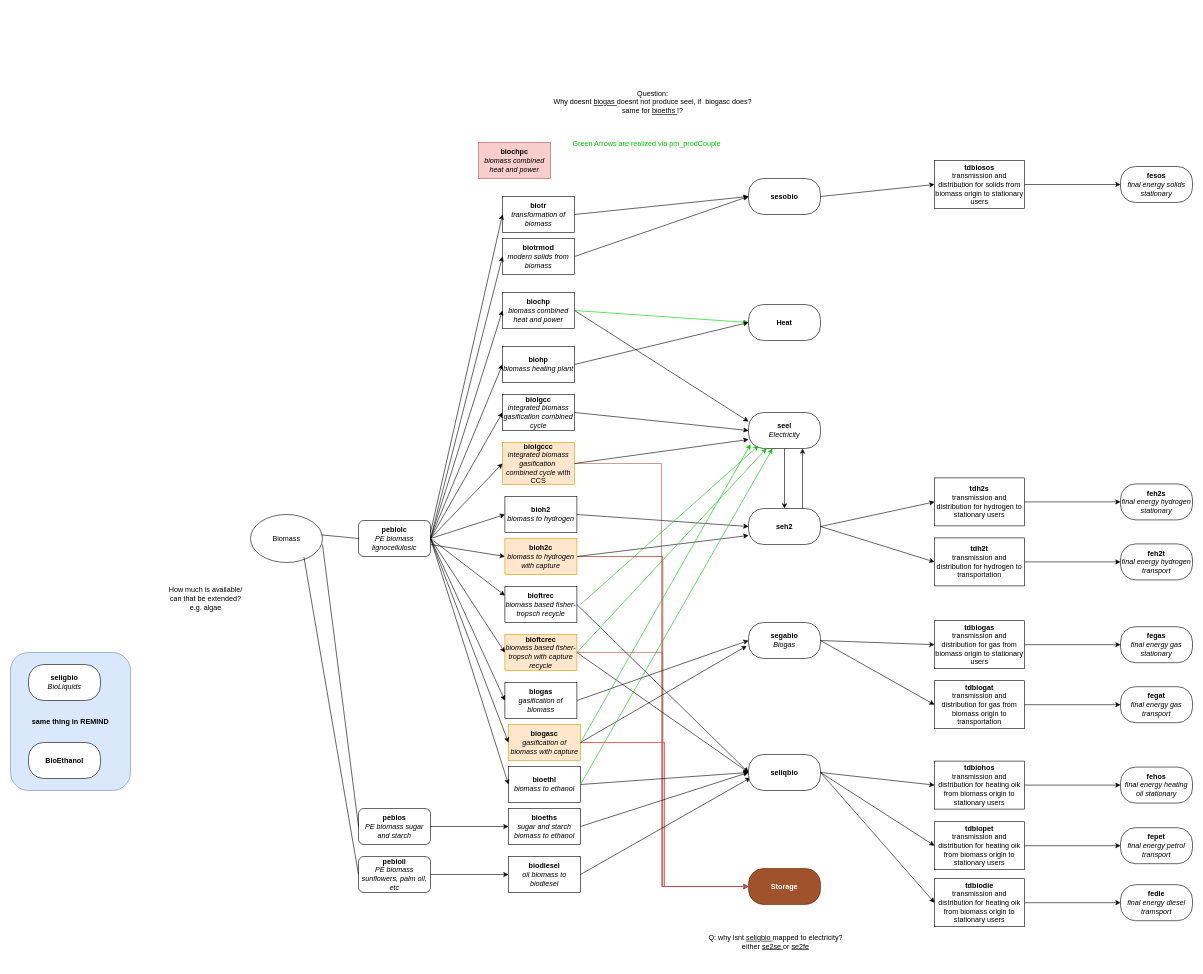
Before: biomass.drawio in robertsalzwedel/carma, a draw.io diagram. Source tidied: cells renumbered, new cells numbered last; positions are measured from the earlier drawing's top-left corner, leaving out a move shared by most shapes. Both pictures are drawn from the tidied source at 60%, with x=0, y=0 at pixel (10, 84).
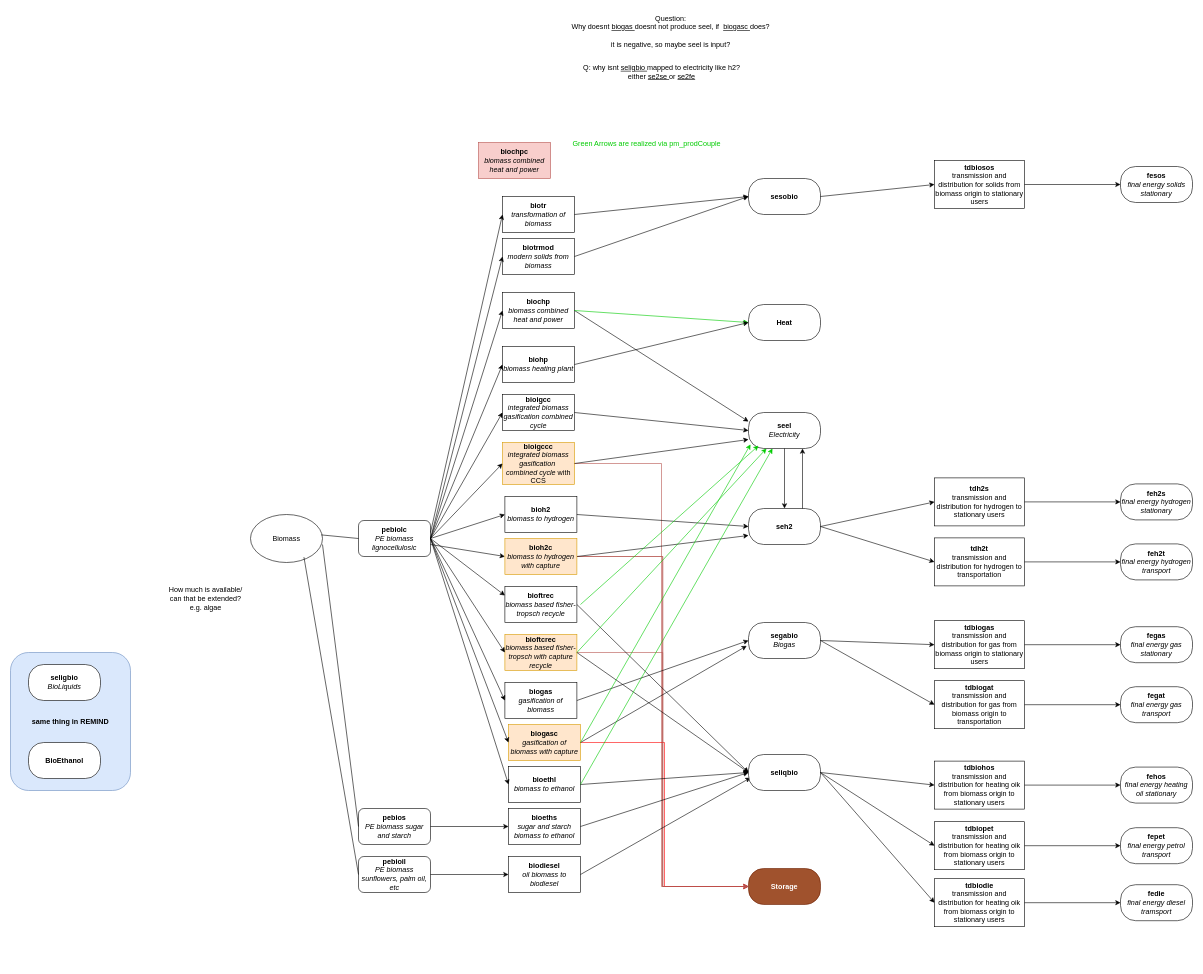
After the change.

Diff of the diagram source:
```diff
@@
-    <mxCell id="76" value="Question: &lt;br&gt;&lt;div&gt;Why doesnt &lt;u&gt;biogas &lt;/u&gt;doesnt not produce seel, if&amp;nbsp; biogasc does?&lt;/div&gt;&lt;div&gt;same for &lt;u&gt;bioeths &lt;/u&gt;!?&lt;br&gt;&lt;/div&gt;" style="text;html=1;align=center;verticalAlign=middle;strokeColor=none;fillColor=none;" parent="1" vertex="1">
-      <mxGeometry x="890" width="360" height="60" as="geometry" />
+    <mxCell id="76" value="Question: &lt;br&gt;&lt;div&gt;Why doesnt &lt;u&gt;biogas &lt;/u&gt;doesnt not produce seel, if&amp;nbsp; &lt;u&gt;biogasc &lt;/u&gt;does?&lt;/div&gt;&lt;div&gt;&lt;br&gt;&lt;/div&gt;&lt;div&gt;it is negative, so maybe seel is input? &lt;br&gt;&lt;/div&gt;" style="text;html=1;align=center;verticalAlign=middle;strokeColor=none;fillColor=none;" parent="1" vertex="1">
+      <mxGeometry x="920" y="-123" width="360" height="70" as="geometry" />
     </mxCell>
@@
-    <mxCell id="90" value="&lt;div&gt;Q: why isnt &lt;u&gt;seligbio &lt;/u&gt;mapped to electricity?&lt;/div&gt;&lt;div&gt;either &lt;u&gt;se2se &lt;/u&gt;or &lt;u&gt;se2fe&lt;/u&gt;&lt;/div&gt;&lt;div&gt;&lt;u&gt;&lt;br&gt;&lt;/u&gt; &lt;/div&gt;" style="text;html=1;align=center;verticalAlign=middle;strokeColor=none;fillColor=none;" parent="1" vertex="1">
-      <mxGeometry x="1150" y="1407" width="250" height="60" as="geometry" />
+    <mxCell id="90" value="&lt;div&gt;Q: why isnt &lt;u&gt;seligbio &lt;/u&gt;mapped to electricity like h2?&lt;/div&gt;&lt;div&gt;either &lt;u&gt;se2se &lt;/u&gt;or &lt;u&gt;se2fe&lt;/u&gt;&lt;/div&gt;&lt;div&gt;&lt;u&gt;&lt;br&gt;&lt;/u&gt; &lt;/div&gt;" style="text;html=1;align=center;verticalAlign=middle;strokeColor=none;fillColor=none;" parent="1" vertex="1">
+      <mxGeometry x="940" y="-43" width="290" height="60" as="geometry" />
     </mxCell>
```
